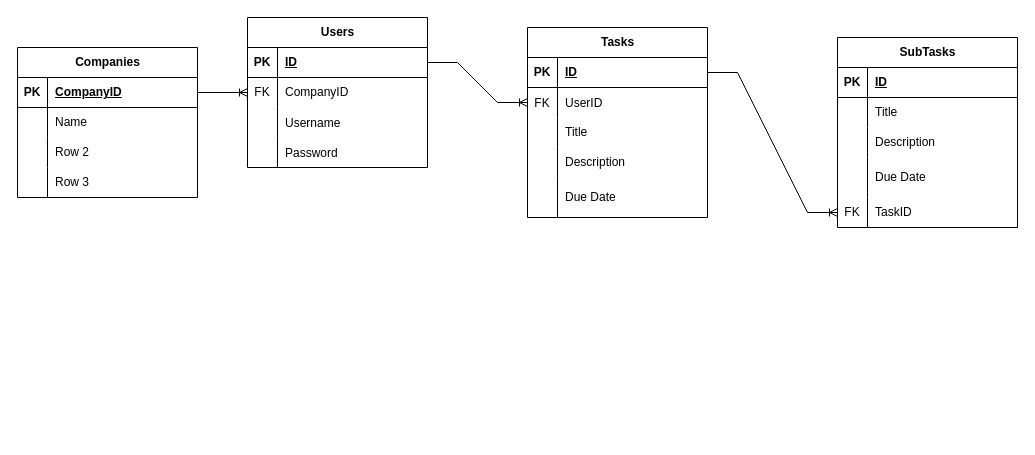
Above: Extras/database_model.drawio in DavidUKr/TimeManager (draw.io), before the change. Source tidied: cells renumbered, new cells numbered last; positions are measured from the earlier drawing's top-left corner, leaving out a move shared by most shapes. Both pictures are drawn from the tidied source at 100%, with x=0, y=0 at pixel (17, 17).
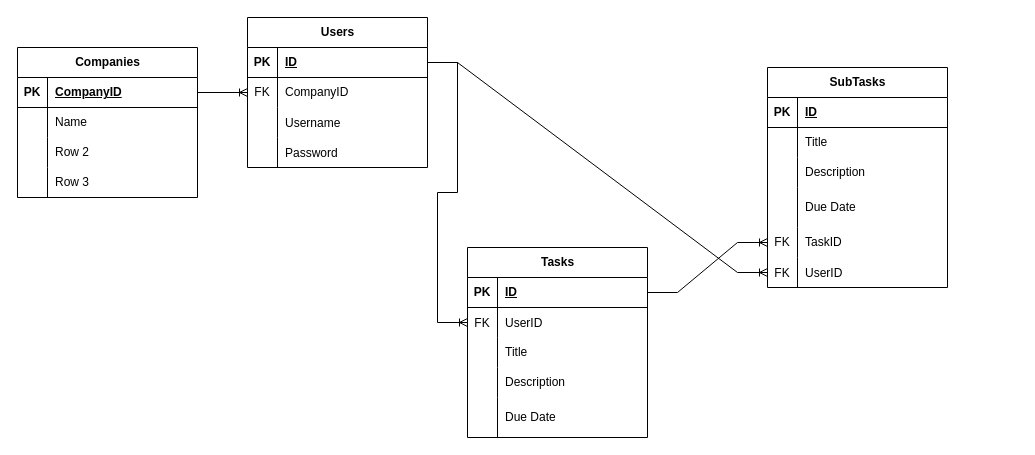
After the change.

Commit message (it also covers changes not shown here):
link user to subtask

Unchanged cells that the change refers to:
```xml
<mxCell id="3" style="shape=tableRow;horizontal=0;startSize=0;swimlaneHead=0;swimlaneBody=0;fillColor=none;points=[[0,0.5],[1,0.5]];portConstraint=eastwest;top=0;left=0;right=0;bottom=1;" parent="2" vertex="1">
  <mxGeometry y="30" width="180" height="30" as="geometry" />
</mxCell>
```

Change to the diagram source:
```diff
@@
     <mxCell id="15" value="Tasks" style="shape=table;startSize=30;childLayout=tableLayout;rowLines=0;fontStyle=1;align=center;html=1;" parent="1" vertex="1">
-      <mxGeometry x="510" y="10" width="180" height="190" as="geometry" />
+      <mxGeometry x="450" y="230" width="180" height="190" as="geometry" />
     </mxCell>
@@
     <mxCell id="31" value="SubTasks" style="shape=table;startSize=30;childLayout=tableLayout;rowLines=0;fontStyle=1;align=center;html=1;" parent="1" vertex="1">
-      <mxGeometry x="820" y="20" width="180" height="190" as="geometry" />
+      <mxGeometry x="750" y="50" width="180" height="220" as="geometry" />
     </mxCell>
@@
+    <mxCell id="63" style="shape=tableRow;horizontal=0;startSize=0;swimlaneHead=0;swimlaneBody=0;fillColor=none;points=[[0,0.5],[1,0.5]];portConstraint=eastwest;top=0;left=0;right=0;bottom=0;" parent="31" vertex="1">
+      <mxGeometry y="190" width="180" height="30" as="geometry" />
+    </mxCell>
+    <mxCell id="64" value="FK" style="shape=partialRectangle;fillColor=none;top=0;left=0;bottom=0;right=0;fontStyle=0;overflow=hidden;" parent="63" vertex="1">
+      <mxGeometry width="30" height="30" as="geometry" />
+    </mxCell>
+    <mxCell id="65" value="UserID" style="shape=partialRectangle;fillColor=none;top=0;left=0;bottom=0;right=0;align=left;spacingLeft=6;fontStyle=0;overflow=hidden;" parent="63" vertex="1">
+      <mxGeometry x="30" width="150" height="30" as="geometry" />
+    </mxCell>
@@
+    <mxCell id="66" style="edgeStyle=entityRelationEdgeStyle;fontSize=12;html=1;endArrow=ERoneToMany;rounded=0;" parent="1" edge="1" source="3" target="63">
+      <mxGeometry relative="1" as="geometry" />
+    </mxCell>
```
